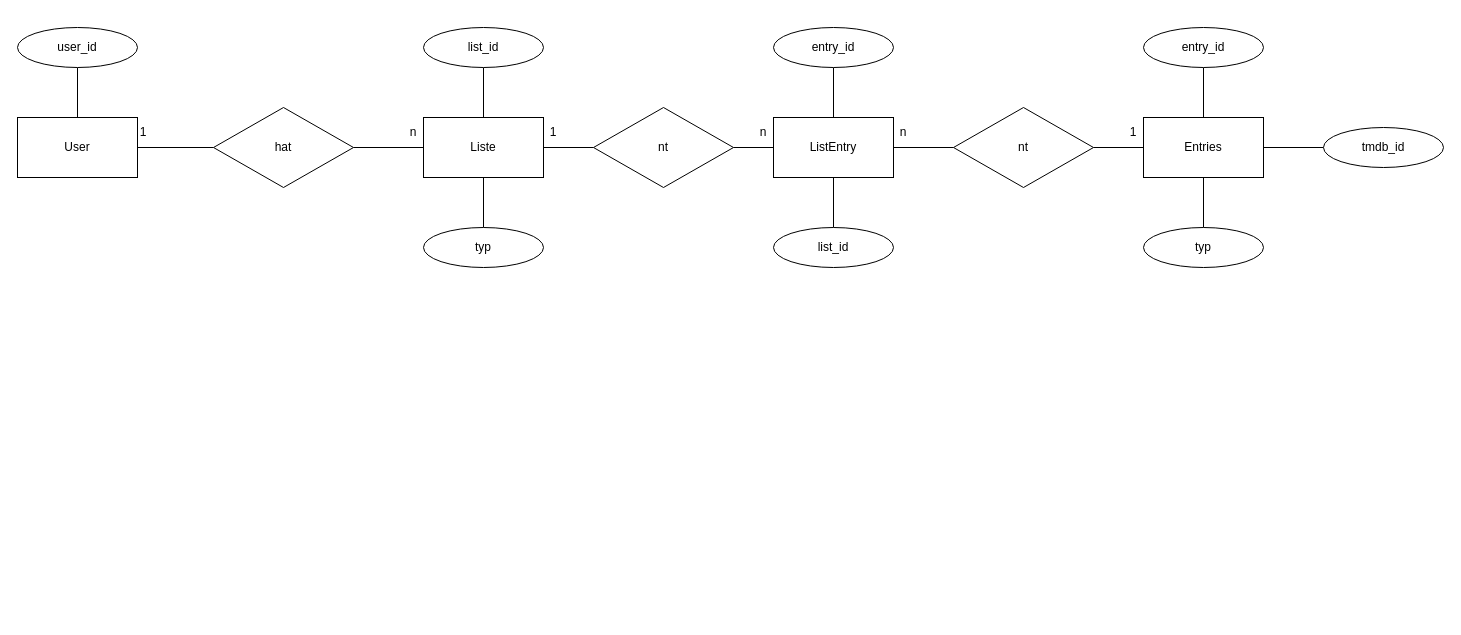
This is erd user listen.drawio from insurqassable/Film-Serien-Tracker, a draw.io file, before an edit. Source tidied: cells renumbered, new cells numbered last; positions are measured from the earlier drawing's top-left corner, leaving out a move shared by most shapes. Both pictures are drawn from the tidied source at 100%, with x=0, y=0 at pixel (17, 27).
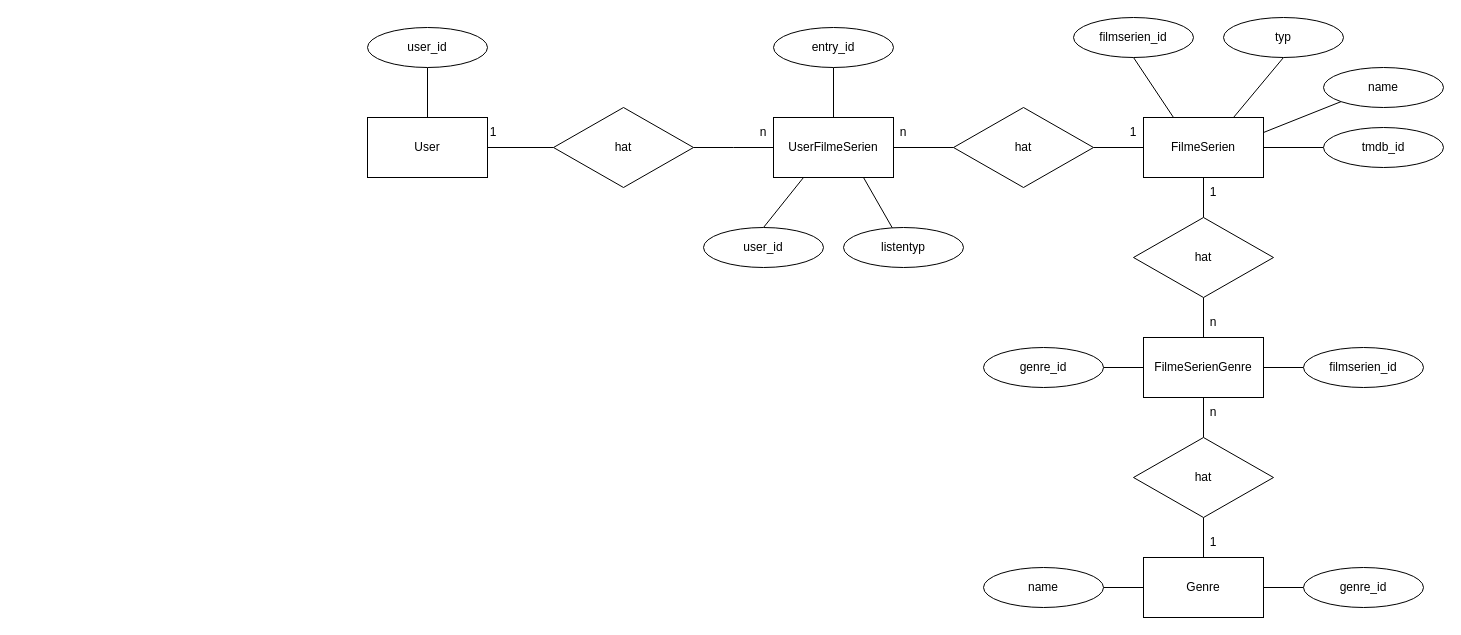
The same diagram, later.

The edit, as a diff of the source:
```diff
@@
     <mxCell id="2" value="User" style="rounded=0;whiteSpace=wrap;html=1;" parent="1" vertex="1">
-      <mxGeometry y="90" width="120" height="60" as="geometry" />
+      <mxGeometry x="350" y="90" width="120" height="60" as="geometry" />
     </mxCell>
@@
     <mxCell id="4" value="user_id" style="ellipse;whiteSpace=wrap;html=1;" parent="1" vertex="1">
-      <mxGeometry width="120" height="40" as="geometry" />
+      <mxGeometry x="350" width="120" height="40" as="geometry" />
     </mxCell>
@@
+    <mxCell id="37" style="rounded=0;jettySize=auto;html=1;exitX=1;exitY=0.25;exitDx=0;exitDy=0;entryX=0;entryY=1;entryDx=0;entryDy=0;endArrow=none;endFill=0;" parent="1" edge="1" source="6" target="56">
+      <mxGeometry relative="1" as="geometry" />
+    </mxCell>
-    <mxCell id="6" value="Entries" style="rounded=0;whiteSpace=wrap;html=1;" parent="1" vertex="1">
+    <mxCell id="6" value="FilmeSerien" style="rounded=0;whiteSpace=wrap;html=1;" parent="1" vertex="1">
       <mxGeometry x="1126" y="90" width="120" height="60" as="geometry" />
     </mxCell>
-    <mxCell id="7" style="edgeStyle=orthogonalEdgeStyle;rounded=0;jettySize=auto;html=1;exitX=0.5;exitY=1;exitDx=0;exitDy=0;entryX=0.5;entryY=0;entryDx=0;entryDy=0;endArrow=none;endFill=0;" parent="1" edge="1" source="8" target="6">
+    <mxCell id="7" style="rounded=0;jettySize=auto;html=1;exitX=0.5;exitY=1;exitDx=0;exitDy=0;entryX=0.25;entryY=0;entryDx=0;entryDy=0;endArrow=none;endFill=0;" parent="1" edge="1" source="8" target="6">
       <mxGeometry relative="1" as="geometry" />
     </mxCell>
-    <mxCell id="8" value="entry_id" style="ellipse;whiteSpace=wrap;html=1;" parent="1" vertex="1">
-      <mxGeometry x="1126" width="120" height="40" as="geometry" />
+    <mxCell id="8" value="filmserien_id" style="ellipse;whiteSpace=wrap;html=1;" parent="1" vertex="1">
+      <mxGeometry x="1056" y="-10" width="120" height="40" as="geometry" />
     </mxCell>
-    <mxCell id="9" style="edgeStyle=orthogonalEdgeStyle;rounded=0;jettySize=auto;html=1;exitX=1;exitY=0.5;exitDx=0;exitDy=0;entryX=0;entryY=0.5;entryDx=0;entryDy=0;endArrow=none;endFill=0;" parent="1" edge="1" source="11" target="18">
-      <mxGeometry relative="1" as="geometry" />
-    </mxCell>
-    <mxCell id="10" style="edgeStyle=orthogonalEdgeStyle;rounded=0;jettySize=auto;html=1;exitX=0.5;exitY=1;exitDx=0;exitDy=0;entryX=0.5;entryY=0;entryDx=0;entryDy=0;endArrow=none;endFill=0;" parent="1" edge="1" source="11" target="29">
-      <mxGeometry relative="1" as="geometry" />
-    </mxCell>
-    <mxCell id="11" value="Liste" style="rounded=0;whiteSpace=wrap;html=1;" parent="1" vertex="1">
-      <mxGeometry x="406" y="90" width="120" height="60" as="geometry" />
-    </mxCell>
-    <mxCell id="12" style="edgeStyle=orthogonalEdgeStyle;rounded=0;jettySize=auto;html=1;exitX=0.5;exitY=0;exitDx=0;exitDy=0;endArrow=none;endFill=0;" parent="1" edge="1" source="13" target="6">
+    <mxCell id="12" style="rounded=0;jettySize=auto;html=1;exitX=0.5;exitY=1;exitDx=0;exitDy=0;endArrow=none;endFill=0;entryX=0.75;entryY=0;entryDx=0;entryDy=0;" parent="1" edge="1" source="13" target="6">
       <mxGeometry relative="1" as="geometry" />
     </mxCell>
     <mxCell id="13" value="typ" style="ellipse;whiteSpace=wrap;html=1;" parent="1" vertex="1">
-      <mxGeometry x="1126" y="200" width="120" height="40" as="geometry" />
+      <mxGeometry x="1206" y="-10" width="120" height="40" as="geometry" />
     </mxCell>
@@
-    <mxCell id="15" style="edgeStyle=orthogonalEdgeStyle;rounded=0;jettySize=auto;html=1;exitX=1;exitY=0.5;exitDx=0;exitDy=0;endArrow=none;endFill=0;" parent="1" edge="1" source="16" target="11">
-      <mxGeometry relative="1" as="geometry" />
+    <mxCell id="15" style="edgeStyle=orthogonalEdgeStyle;rounded=0;jettySize=auto;html=1;exitX=1;exitY=0.5;exitDx=0;exitDy=0;endArrow=none;endFill=0;" parent="1" edge="1" source="16">
+      <mxGeometry relative="1" as="geometry">
+        <mxPoint x="756" y="120" as="targetPoint" />
+      </mxGeometry>
     </mxCell>
     <mxCell id="16" value="hat" style="rhombus;whiteSpace=wrap;html=1;" parent="1" vertex="1">
-      <mxGeometry x="196" y="80" width="140" height="80" as="geometry" />
+      <mxGeometry x="536" y="80" width="140" height="80" as="geometry" />
     </mxCell>
-    <mxCell id="17" style="edgeStyle=orthogonalEdgeStyle;rounded=0;jettySize=auto;html=1;exitX=1;exitY=0.5;exitDx=0;exitDy=0;endArrow=none;endFill=0;" parent="1" edge="1" source="18" target="23">
-      <mxGeometry relative="1" as="geometry" />
-    </mxCell>
-    <mxCell id="18" value="nt" style="rhombus;whiteSpace=wrap;html=1;" parent="1" vertex="1">
-      <mxGeometry x="576" y="80" width="140" height="80" as="geometry" />
-    </mxCell>
@@
-    <mxCell id="20" value="nt" style="rhombus;whiteSpace=wrap;html=1;" parent="1" vertex="1">
+    <mxCell id="20" value="hat" style="rhombus;whiteSpace=wrap;html=1;" parent="1" vertex="1">
       <mxGeometry x="936" y="80" width="140" height="80" as="geometry" />
     </mxCell>
@@
-    <mxCell id="22" style="edgeStyle=orthogonalEdgeStyle;rounded=0;jettySize=auto;html=1;exitX=0.5;exitY=1;exitDx=0;exitDy=0;entryX=0.5;entryY=0;entryDx=0;entryDy=0;endArrow=none;endFill=0;" parent="1" edge="1" source="23" target="24">
+    <mxCell id="22" style="rounded=0;jettySize=auto;html=1;exitX=0.25;exitY=1;exitDx=0;exitDy=0;entryX=0.5;entryY=0;entryDx=0;entryDy=0;endArrow=none;endFill=0;" parent="1" edge="1" source="23" target="24">
       <mxGeometry relative="1" as="geometry" />
     </mxCell>
-    <mxCell id="23" value="ListEntry" style="rounded=0;whiteSpace=wrap;html=1;" parent="1" vertex="1">
+    <mxCell id="23" value="UserFilmeSerien" style="rounded=0;whiteSpace=wrap;html=1;" parent="1" vertex="1">
       <mxGeometry x="756" y="90" width="120" height="60" as="geometry" />
     </mxCell>
-    <mxCell id="24" value="list_id" style="ellipse;whiteSpace=wrap;html=1;" parent="1" vertex="1">
-      <mxGeometry x="756" y="200" width="120" height="40" as="geometry" />
+    <mxCell id="24" value="user_id" style="ellipse;whiteSpace=wrap;html=1;" parent="1" vertex="1">
+      <mxGeometry x="686" y="200" width="120" height="40" as="geometry" />
     </mxCell>
@@
-    <mxCell id="27" style="edgeStyle=orthogonalEdgeStyle;rounded=0;jettySize=auto;html=1;exitX=0.5;exitY=1;exitDx=0;exitDy=0;entryX=0.5;entryY=0;entryDx=0;entryDy=0;endArrow=none;endFill=0;" parent="1" edge="1" source="28" target="11">
-      <mxGeometry relative="1" as="geometry" />
-    </mxCell>
-    <mxCell id="28" value="list_id" style="ellipse;whiteSpace=wrap;html=1;" parent="1" vertex="1">
-      <mxGeometry x="406" width="120" height="40" as="geometry" />
-    </mxCell>
-    <mxCell id="29" value="typ" style="ellipse;whiteSpace=wrap;html=1;" parent="1" vertex="1">
-      <mxGeometry x="406" y="200" width="120" height="40" as="geometry" />
-    </mxCell>
     <mxCell id="30" value="1" style="text;html=1;whiteSpace=wrap;strokeColor=none;fillColor=none;align=center;verticalAlign=middle;rounded=0;" parent="1" vertex="1">
-      <mxGeometry x="96" y="90" width="60" height="30" as="geometry" />
+      <mxGeometry x="446" y="90" width="60" height="30" as="geometry" />
     </mxCell>
-    <mxCell id="31" value="1" style="text;html=1;whiteSpace=wrap;strokeColor=none;fillColor=none;align=center;verticalAlign=middle;rounded=0;" parent="1" vertex="1">
-      <mxGeometry x="506" y="90" width="60" height="30" as="geometry" />
-    </mxCell>
@@
-    <mxCell id="33" value="n" style="text;html=1;whiteSpace=wrap;strokeColor=none;fillColor=none;align=center;verticalAlign=middle;rounded=0;" parent="1" vertex="1">
-      <mxGeometry x="366" y="90" width="60" height="30" as="geometry" />
-    </mxCell>
@@
+    <mxCell id="38" style="rounded=0;jettySize=auto;html=1;entryX=0.75;entryY=1;entryDx=0;entryDy=0;endArrow=none;endFill=0;" parent="1" edge="1" source="39" target="23">
+      <mxGeometry relative="1" as="geometry" />
+    </mxCell>
+    <mxCell id="39" value="listentyp" style="ellipse;whiteSpace=wrap;html=1;" parent="1" vertex="1">
+      <mxGeometry x="826" y="200" width="120" height="40" as="geometry" />
+    </mxCell>
+    <mxCell id="40" style="edgeStyle=orthogonalEdgeStyle;rounded=0;jettySize=auto;html=1;endArrow=none;endFill=0;" parent="1" edge="1" source="42" target="57">
+      <mxGeometry relative="1" as="geometry" />
+    </mxCell>
+    <mxCell id="41" style="edgeStyle=orthogonalEdgeStyle;rounded=0;jettySize=auto;html=1;endArrow=none;endFill=0;" parent="1" edge="1" source="42" target="59">
+      <mxGeometry relative="1" as="geometry" />
+    </mxCell>
+    <mxCell id="42" value="FilmeSerienGenre" style="rounded=0;whiteSpace=wrap;html=1;" parent="1" vertex="1">
+      <mxGeometry x="1126" y="310" width="120" height="60" as="geometry" />
+    </mxCell>
+    <mxCell id="43" style="edgeStyle=orthogonalEdgeStyle;rounded=0;jettySize=auto;html=1;endArrow=none;endFill=0;" parent="1" edge="1" source="45" target="6">
+      <mxGeometry relative="1" as="geometry" />
+    </mxCell>
+    <mxCell id="44" style="edgeStyle=orthogonalEdgeStyle;rounded=0;jettySize=auto;html=1;endArrow=none;endFill=0;" parent="1" edge="1" source="45" target="42">
+      <mxGeometry relative="1" as="geometry" />
+    </mxCell>
+    <mxCell id="45" value="hat" style="rhombus;whiteSpace=wrap;html=1;" parent="1" vertex="1">
+      <mxGeometry x="1116" y="190" width="140" height="80" as="geometry" />
+    </mxCell>
+    <mxCell id="46" value="n" style="text;html=1;whiteSpace=wrap;strokeColor=none;fillColor=none;align=center;verticalAlign=middle;rounded=0;" parent="1" vertex="1">
+      <mxGeometry x="1166" y="280" width="60" height="30" as="geometry" />
+    </mxCell>
+    <mxCell id="47" value="1" style="text;html=1;whiteSpace=wrap;strokeColor=none;fillColor=none;align=center;verticalAlign=middle;rounded=0;" parent="1" vertex="1">
+      <mxGeometry x="1166" y="150" width="60" height="30" as="geometry" />
+    </mxCell>
+    <mxCell id="48" style="edgeStyle=orthogonalEdgeStyle;rounded=0;jettySize=auto;html=1;endArrow=none;endFill=0;" parent="1" edge="1" source="50" target="58">
+      <mxGeometry relative="1" as="geometry" />
+    </mxCell>
+    <mxCell id="49" style="edgeStyle=orthogonalEdgeStyle;rounded=0;jettySize=auto;html=1;endArrow=none;endFill=0;" parent="1" edge="1" source="50" target="60">
+      <mxGeometry relative="1" as="geometry" />
+    </mxCell>
+    <mxCell id="50" value="Genre" style="rounded=0;whiteSpace=wrap;html=1;" parent="1" vertex="1">
+      <mxGeometry x="1126" y="530" width="120" height="60" as="geometry" />
+    </mxCell>
+    <mxCell id="51" style="edgeStyle=orthogonalEdgeStyle;rounded=0;jettySize=auto;html=1;endArrow=none;endFill=0;" parent="1" edge="1" source="53" target="50">
+      <mxGeometry relative="1" as="geometry" />
+    </mxCell>
+    <mxCell id="52" style="edgeStyle=orthogonalEdgeStyle;rounded=0;jettySize=auto;html=1;entryX=0.5;entryY=1;entryDx=0;entryDy=0;endArrow=none;endFill=0;" parent="1" edge="1" source="53" target="42">
+      <mxGeometry relative="1" as="geometry" />
+    </mxCell>
+    <mxCell id="53" value="hat" style="rhombus;whiteSpace=wrap;html=1;" parent="1" vertex="1">
+      <mxGeometry x="1116" y="410" width="140" height="80" as="geometry" />
+    </mxCell>
+    <mxCell id="54" value="1" style="text;html=1;whiteSpace=wrap;strokeColor=none;fillColor=none;align=center;verticalAlign=middle;rounded=0;" parent="1" vertex="1">
+      <mxGeometry x="1166" y="500" width="60" height="30" as="geometry" />
+    </mxCell>
+    <mxCell id="55" value="n" style="text;html=1;whiteSpace=wrap;strokeColor=none;fillColor=none;align=center;verticalAlign=middle;rounded=0;" parent="1" vertex="1">
+      <mxGeometry x="1166" y="370" width="60" height="30" as="geometry" />
+    </mxCell>
+    <mxCell id="56" value="name" style="ellipse;whiteSpace=wrap;html=1;" parent="1" vertex="1">
+      <mxGeometry x="1306" y="40" width="120" height="40" as="geometry" />
+    </mxCell>
+    <mxCell id="57" value="filmserien_id" style="ellipse;whiteSpace=wrap;html=1;" parent="1" vertex="1">
+      <mxGeometry x="1286" y="320" width="120" height="40" as="geometry" />
+    </mxCell>
+    <mxCell id="58" value="genre_id" style="ellipse;whiteSpace=wrap;html=1;" parent="1" vertex="1">
+      <mxGeometry x="1286" y="540" width="120" height="40" as="geometry" />
+    </mxCell>
+    <mxCell id="59" value="genre_id" style="ellipse;whiteSpace=wrap;html=1;" parent="1" vertex="1">
+      <mxGeometry x="966" y="320" width="120" height="40" as="geometry" />
+    </mxCell>
+    <mxCell id="60" value="name" style="ellipse;whiteSpace=wrap;html=1;" parent="1" vertex="1">
+      <mxGeometry x="966" y="540" width="120" height="40" as="geometry" />
+    </mxCell>
```
